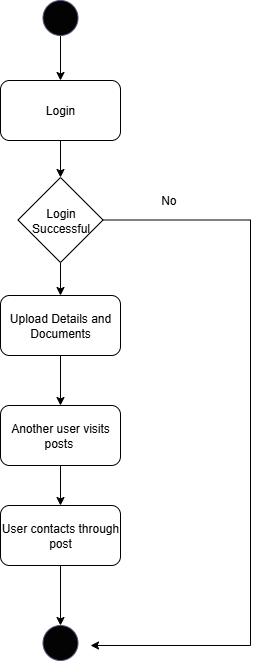
iAmVip1/Rapid-Reach keeps this draw.io diagram as Documentation/image for documentation/activity diagram/refinement.png. Above is the earlier version. Source tidied: cells renumbered, new cells last; positions are measured from the earlier drawing's top-left corner, leaving out a move shared by most shapes. Source of this version:
```xml
<mxGraphModel>
  <root>
    <mxCell id="0" />
    <mxCell id="1" parent="0" />
    <mxCell id="2" style="edgeStyle=orthogonalEdgeStyle;rounded=0;jettySize=auto;html=1;" parent="1" edge="1" source="3" target="8">
      <mxGeometry relative="1" as="geometry" />
    </mxCell>
    <mxCell id="3" value="Login" style="rounded=1;whiteSpace=wrap;html=1;" parent="1" vertex="1">
      <mxGeometry y="80" width="120" height="60" as="geometry" />
    </mxCell>
    <mxCell id="4" style="edgeStyle=orthogonalEdgeStyle;rounded=0;jettySize=auto;html=1;" parent="1" edge="1" source="5" target="3">
      <mxGeometry relative="1" as="geometry" />
    </mxCell>
    <mxCell id="5" style="ellipse;whiteSpace=wrap;html=1;fillColor=light-dark(#030303, #3b394a);strokeColor=#56517e;" parent="1" vertex="1">
      <mxGeometry x="42.5" width="35" height="35" as="geometry" />
    </mxCell>
    <mxCell id="6" style="edgeStyle=orthogonalEdgeStyle;rounded=0;jettySize=auto;html=1;" parent="1" edge="1" source="8" target="10">
      <mxGeometry relative="1" as="geometry" />
    </mxCell>
    <mxCell id="7" style="edgeStyle=orthogonalEdgeStyle;rounded=0;jettySize=auto;html=1;" parent="1" edge="1" source="8">
      <mxGeometry relative="1" as="geometry">
        <mxPoint x="90" y="645" as="targetPoint" />
        <Array as="points">
          <mxPoint x="250" y="220" />
          <mxPoint x="250" y="645" />
        </Array>
      </mxGeometry>
    </mxCell>
    <mxCell id="8" value="Login Successful" style="rhombus;whiteSpace=wrap;html=1;" parent="1" vertex="1">
      <mxGeometry x="17.5" y="177" width="85" height="85" as="geometry" />
    </mxCell>
    <mxCell id="9" style="edgeStyle=orthogonalEdgeStyle;rounded=0;jettySize=auto;html=1;" parent="1" edge="1" source="10" target="12">
      <mxGeometry relative="1" as="geometry" />
    </mxCell>
    <mxCell id="10" value="Upload Details and Documents" style="rounded=1;whiteSpace=wrap;html=1;" parent="1" vertex="1">
      <mxGeometry y="295" width="120" height="60" as="geometry" />
    </mxCell>
    <mxCell id="11" style="edgeStyle=orthogonalEdgeStyle;rounded=0;jettySize=auto;html=1;" parent="1" edge="1" source="12" target="14">
      <mxGeometry relative="1" as="geometry" />
    </mxCell>
    <mxCell id="12" value="Another user visits posts&amp;nbsp;" style="rounded=1;whiteSpace=wrap;html=1;" parent="1" vertex="1">
      <mxGeometry y="405" width="120" height="60" as="geometry" />
    </mxCell>
    <mxCell id="13" style="edgeStyle=orthogonalEdgeStyle;rounded=0;jettySize=auto;html=1;" parent="1" edge="1" source="14" target="15">
      <mxGeometry relative="1" as="geometry" />
    </mxCell>
    <mxCell id="14" value="User contacts through post" style="rounded=1;whiteSpace=wrap;html=1;" parent="1" vertex="1">
      <mxGeometry y="505" width="120" height="60" as="geometry" />
    </mxCell>
    <mxCell id="15" style="ellipse;whiteSpace=wrap;html=1;fillColor=light-dark(#030303, #3b394a);strokeColor=#56517e;" parent="1" vertex="1">
      <mxGeometry x="42.5" y="625" width="35" height="35" as="geometry" />
    </mxCell>
    <mxCell id="16" value="No&amp;nbsp;" style="text;html=1;align=center;verticalAlign=middle;whiteSpace=wrap;rounded=0;" parent="1" vertex="1">
      <mxGeometry x="140" y="185" width="60" height="30" as="geometry" />
    </mxCell>
  </root>
</mxGraphModel>
```
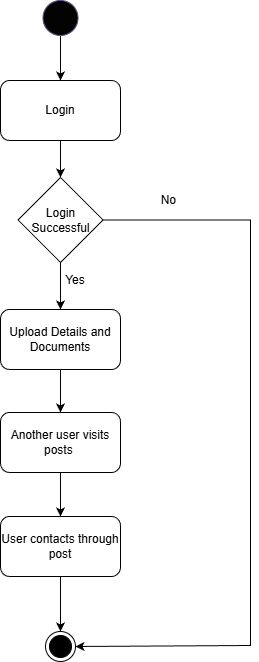
After the commit.

Diff of the diagram source:
```diff
@@ -17,9 +17,8 @@
     <mxCell id="6" style="edgeStyle=orthogonalEdgeStyle;rounded=0;jettySize=auto;html=1;" parent="1" edge="1" source="8" target="10">
       <mxGeometry relative="1" as="geometry" />
     </mxCell>
-    <mxCell id="7" style="edgeStyle=orthogonalEdgeStyle;rounded=0;jettySize=auto;html=1;" parent="1" edge="1" source="8">
+    <mxCell id="7" style="edgeStyle=orthogonalEdgeStyle;rounded=0;jettySize=auto;html=1;entryX=1;entryY=0.5;entryDx=0;entryDy=0;" parent="1" edge="1" source="8" target="17">
       <mxGeometry relative="1" as="geometry">
-        <mxPoint x="90" y="645" as="targetPoint" />
         <Array as="points">
           <mxPoint x="250" y="220" />
           <mxPoint x="250" y="645" />
@@ -33,25 +32,28 @@
       <mxGeometry relative="1" as="geometry" />
     </mxCell>
     <mxCell id="10" value="Upload Details and Documents" style="rounded=1;whiteSpace=wrap;html=1;" parent="1" vertex="1">
-      <mxGeometry y="295" width="120" height="60" as="geometry" />
+      <mxGeometry y="309" width="120" height="60" as="geometry" />
     </mxCell>
     <mxCell id="11" style="edgeStyle=orthogonalEdgeStyle;rounded=0;jettySize=auto;html=1;" parent="1" edge="1" source="12" target="14">
       <mxGeometry relative="1" as="geometry" />
     </mxCell>
     <mxCell id="12" value="Another user visits posts&amp;nbsp;" style="rounded=1;whiteSpace=wrap;html=1;" parent="1" vertex="1">
-      <mxGeometry y="405" width="120" height="60" as="geometry" />
+      <mxGeometry y="412" width="120" height="60" as="geometry" />
     </mxCell>
-    <mxCell id="13" style="edgeStyle=orthogonalEdgeStyle;rounded=0;jettySize=auto;html=1;" parent="1" edge="1" source="14" target="15">
+    <mxCell id="13" style="edgeStyle=orthogonalEdgeStyle;rounded=0;jettySize=auto;html=1;" parent="1" edge="1" source="14" target="17">
       <mxGeometry relative="1" as="geometry" />
     </mxCell>
     <mxCell id="14" value="User contacts through post" style="rounded=1;whiteSpace=wrap;html=1;" parent="1" vertex="1">
-      <mxGeometry y="505" width="120" height="60" as="geometry" />
+      <mxGeometry y="516" width="120" height="60" as="geometry" />
     </mxCell>
-    <mxCell id="15" style="ellipse;whiteSpace=wrap;html=1;fillColor=light-dark(#030303, #3b394a);strokeColor=#56517e;" parent="1" vertex="1">
-      <mxGeometry x="42.5" y="625" width="35" height="35" as="geometry" />
-    </mxCell>
     <mxCell id="16" value="No&amp;nbsp;" style="text;html=1;align=center;verticalAlign=middle;whiteSpace=wrap;rounded=0;" parent="1" vertex="1">
       <mxGeometry x="140" y="185" width="60" height="30" as="geometry" />
     </mxCell>
+    <mxCell id="17" style="ellipse;html=1;shape=endState;fillColor=strokeColor;" parent="1" vertex="1">
+      <mxGeometry x="45" y="631" width="30" height="30" as="geometry" />
+    </mxCell>
+    <mxCell id="18" value="Yes" style="text;html=1;whiteSpace=wrap;strokeColor=none;fillColor=none;align=center;verticalAlign=middle;rounded=0;" parent="1" vertex="1">
+      <mxGeometry x="45" y="265" width="60" height="30" as="geometry" />
+    </mxCell>
   </root>
 </mxGraphModel>
```
